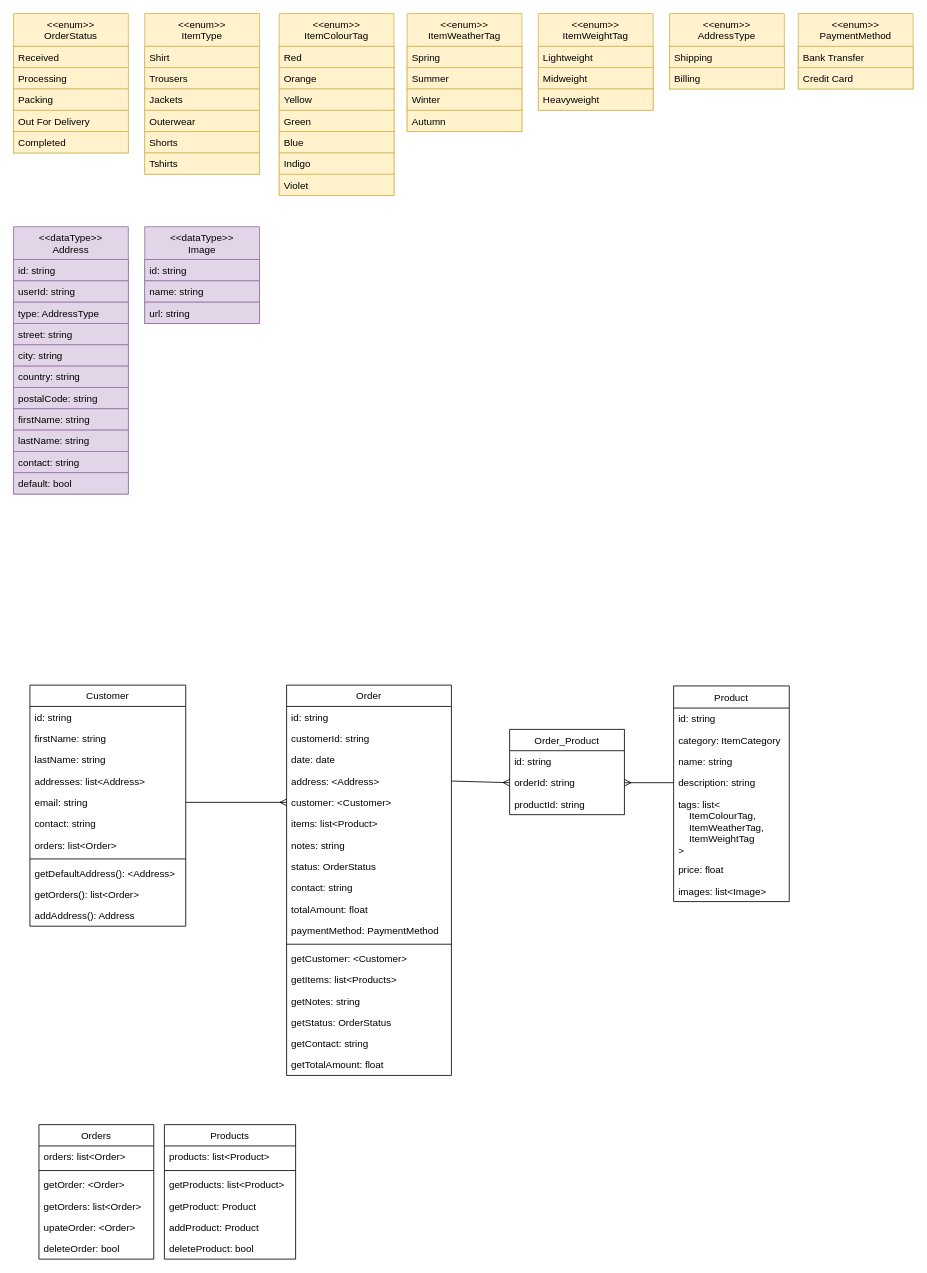
Earlier version of the draw.io diagram ecom-order-system-design/ecom-design.drawio (eugeneoei/js-tdd-oop). Source tidied: cells renumbered, new cells numbered last; positions are measured from the earlier drawing's top-left corner, leaving out a move shared by most shapes. Both pictures are drawn from the tidied source at 82%, with x=0, y=0 at pixel (13, 13).
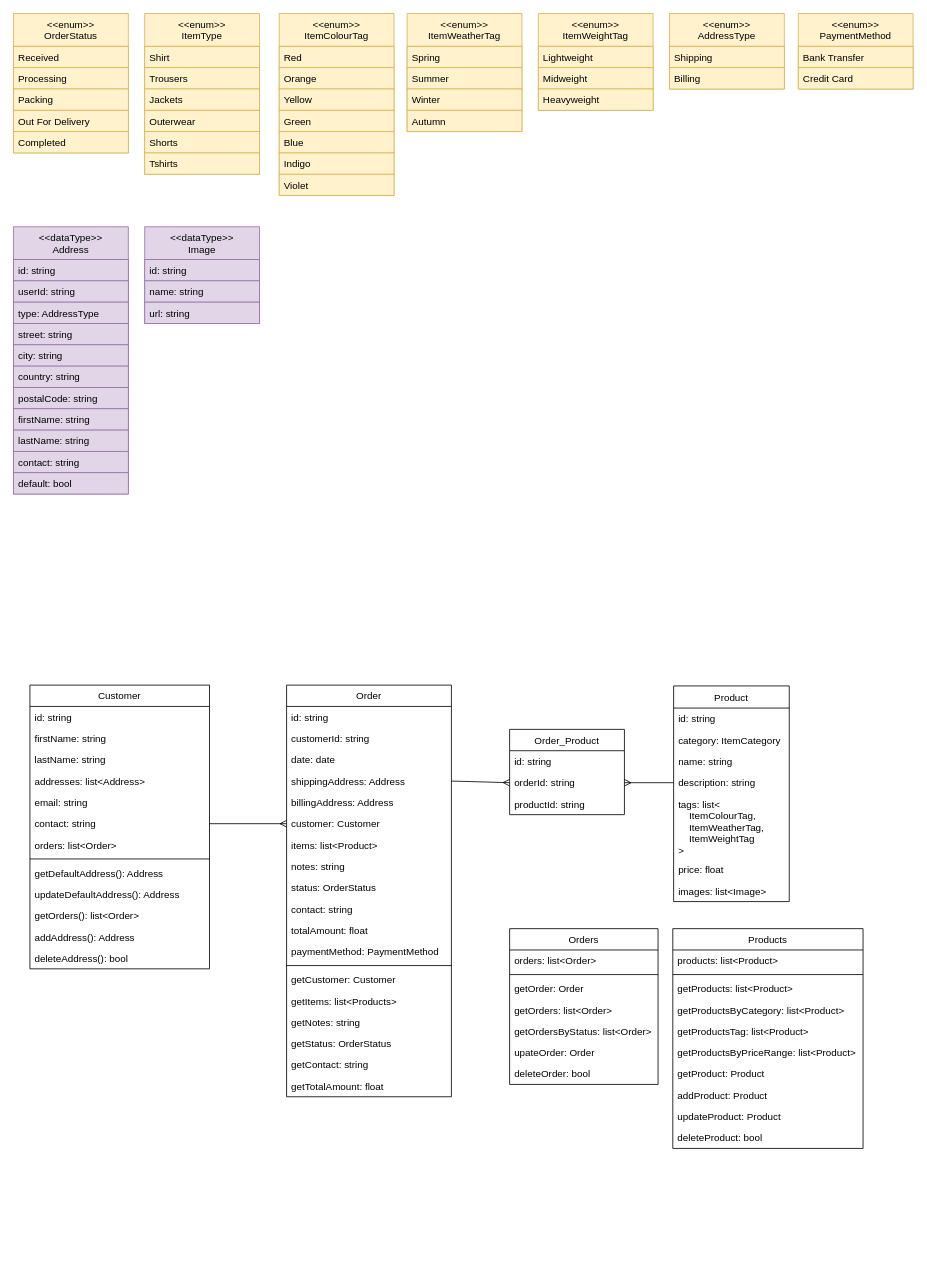
The same page after the edit.

Commit message (it also covers changes not shown here):
update models diagram

Change to the diagram source:
```diff
@@
     <mxCell id="2" value="Customer" style="swimlane;fontStyle=0;align=center;verticalAlign=top;horizontal=1;startSize=26;rounded=0;shadow=0;strokeWidth=1;" parent="1" vertex="1">
-      <mxGeometry x="20" y="819" width="190" height="294" as="geometry" />
+      <mxGeometry x="20" y="819" width="219" height="346" as="geometry" />
     </mxCell>
     <mxCell id="3" value="id: string" style="text;align=left;verticalAlign=top;spacingLeft=4;spacingRight=4;overflow=hidden;" parent="2" vertex="1">
-      <mxGeometry y="26" width="190" height="26" as="geometry" />
+      <mxGeometry y="26" width="219" height="26" as="geometry" />
     </mxCell>
     <mxCell id="4" value="firstName: string" style="text;align=left;verticalAlign=top;spacingLeft=4;spacingRight=4;overflow=hidden;" parent="2" vertex="1">
-      <mxGeometry y="52" width="190" height="26" as="geometry" />
+      <mxGeometry y="52" width="219" height="26" as="geometry" />
     </mxCell>
     <mxCell id="5" value="lastName: string" style="text;align=left;verticalAlign=top;spacingLeft=4;spacingRight=4;overflow=hidden;rounded=0;shadow=0;html=0;" parent="2" vertex="1">
-      <mxGeometry y="78" width="190" height="26" as="geometry" />
+      <mxGeometry y="78" width="219" height="26" as="geometry" />
     </mxCell>
     <mxCell id="6" value="addresses: list&lt;Address&gt;" style="text;align=left;verticalAlign=top;spacingLeft=4;spacingRight=4;overflow=hidden;rounded=0;shadow=0;html=0;" parent="2" vertex="1">
-      <mxGeometry y="104" width="190" height="26" as="geometry" />
+      <mxGeometry y="104" width="219" height="26" as="geometry" />
     </mxCell>
     <mxCell id="7" value="email: string" style="text;align=left;verticalAlign=top;spacingLeft=4;spacingRight=4;overflow=hidden;points=[[0,0.5],[1,0.5]];portConstraint=eastwest;rounded=0;shadow=0;html=0;" parent="2" vertex="1">
-      <mxGeometry y="130" width="190" height="26" as="geometry" />
+      <mxGeometry y="130" width="219" height="26" as="geometry" />
     </mxCell>
     <mxCell id="8" value="contact: string" style="text;align=left;verticalAlign=top;spacingLeft=4;spacingRight=4;overflow=hidden;points=[[0,0.5],[1,0.5]];portConstraint=eastwest;rounded=0;shadow=0;html=0;" parent="2" vertex="1">
-      <mxGeometry y="156" width="190" height="26" as="geometry" />
+      <mxGeometry y="156" width="219" height="26" as="geometry" />
     </mxCell>
     <mxCell id="9" value="orders: list&lt;Order&gt;" style="text;align=left;verticalAlign=top;spacingLeft=4;spacingRight=4;overflow=hidden;rounded=0;shadow=0;html=0;" parent="2" vertex="1">
-      <mxGeometry y="182" width="190" height="26" as="geometry" />
+      <mxGeometry y="182" width="219" height="26" as="geometry" />
     </mxCell>
     <mxCell id="10" style="line;html=1;strokeWidth=1;align=left;verticalAlign=middle;spacingTop=-1;spacingLeft=3;spacingRight=3;labelPosition=right;" parent="2" vertex="1">
-      <mxGeometry y="208" width="190" height="8" as="geometry" />
+      <mxGeometry y="208" width="219" height="8" as="geometry" />
     </mxCell>
-    <mxCell id="11" value="getDefaultAddress(): &lt;Address&gt;" style="text;align=left;verticalAlign=top;spacingLeft=4;spacingRight=4;overflow=hidden;" parent="2" vertex="1">
-      <mxGeometry y="216" width="190" height="26" as="geometry" />
+    <mxCell id="11" value="getDefaultAddress(): Address" style="text;align=left;verticalAlign=top;spacingLeft=4;spacingRight=4;overflow=hidden;" parent="2" vertex="1">
+      <mxGeometry y="216" width="219" height="26" as="geometry" />
     </mxCell>
+    <mxCell id="114" value="updateDefaultAddress(): Address" style="text;align=left;verticalAlign=top;spacingLeft=4;spacingRight=4;overflow=hidden;" parent="2" vertex="1">
+      <mxGeometry y="242" width="219" height="26" as="geometry" />
+    </mxCell>
     <mxCell id="12" value="getOrders(): list&lt;Order&gt;" style="text;align=left;verticalAlign=top;spacingLeft=4;spacingRight=4;overflow=hidden;" parent="2" vertex="1">
-      <mxGeometry y="242" width="190" height="26" as="geometry" />
+      <mxGeometry y="268" width="219" height="26" as="geometry" />
     </mxCell>
     <mxCell id="13" value="addAddress(): Address" style="text;align=left;verticalAlign=top;spacingLeft=4;spacingRight=4;overflow=hidden;" parent="2" vertex="1">
-      <mxGeometry y="268" width="190" height="26" as="geometry" />
+      <mxGeometry y="294" width="219" height="26" as="geometry" />
     </mxCell>
+    <mxCell id="115" value="deleteAddress(): bool" style="text;align=left;verticalAlign=top;spacingLeft=4;spacingRight=4;overflow=hidden;" parent="2" vertex="1">
+      <mxGeometry y="320" width="219" height="26" as="geometry" />
+    </mxCell>
@@
     <mxCell id="26" value="Order" style="swimlane;fontStyle=0;horizontal=1;startSize=26;" parent="1" vertex="1">
-      <mxGeometry x="333" y="819" width="201" height="476" as="geometry" />
+      <mxGeometry x="333" y="819" width="201" height="502" as="geometry" />
     </mxCell>
@@
-    <mxCell id="30" value="address: &lt;Address&gt;" style="text;strokeColor=none;fillColor=none;align=left;verticalAlign=top;spacingLeft=4;spacingRight=4;overflow=hidden;points=[[0,0.5],[1,0.5]];portConstraint=eastwest;" parent="26" vertex="1">
+    <mxCell id="30" value="shippingAddress: Address" style="text;strokeColor=none;fillColor=none;align=left;verticalAlign=top;spacingLeft=4;spacingRight=4;overflow=hidden;points=[[0,0.5],[1,0.5]];portConstraint=eastwest;" parent="26" vertex="1">
       <mxGeometry y="104" width="201" height="26" as="geometry" />
     </mxCell>
+    <mxCell id="116" value="billingAddress: Address" style="text;strokeColor=none;fillColor=none;align=left;verticalAlign=top;spacingLeft=4;spacingRight=4;overflow=hidden;" parent="26" vertex="1">
+      <mxGeometry y="130" width="201" height="26" as="geometry" />
+    </mxCell>
-    <mxCell id="31" value="customer: &lt;Customer&gt;" style="text;strokeColor=none;fillColor=none;align=left;verticalAlign=top;spacingLeft=4;spacingRight=4;overflow=hidden;points=[[0,0.5],[1,0.5]];portConstraint=eastwest;" parent="26" vertex="1">
-      <mxGeometry y="130" width="201" height="26" as="geometry" />
+    <mxCell id="31" value="customer: Customer" style="text;strokeColor=none;fillColor=none;align=left;verticalAlign=top;spacingLeft=4;spacingRight=4;overflow=hidden;points=[[0,0.5],[1,0.5]];portConstraint=eastwest;" parent="26" vertex="1">
+      <mxGeometry y="156" width="201" height="26" as="geometry" />
     </mxCell>
     <mxCell id="32" value="items: list&lt;Product&gt;" style="text;strokeColor=none;fillColor=none;align=left;verticalAlign=top;spacingLeft=4;spacingRight=4;overflow=hidden;" parent="26" vertex="1">
-      <mxGeometry y="156" width="201" height="26" as="geometry" />
+      <mxGeometry y="182" width="201" height="26" as="geometry" />
     </mxCell>
     <mxCell id="33" value="notes: string" style="text;strokeColor=none;fillColor=none;align=left;verticalAlign=top;spacingLeft=4;spacingRight=4;overflow=hidden;" parent="26" vertex="1">
-      <mxGeometry y="182" width="201" height="26" as="geometry" />
+      <mxGeometry y="208" width="201" height="26" as="geometry" />
     </mxCell>
     <mxCell id="34" value="status: OrderStatus" style="text;strokeColor=none;fillColor=none;align=left;verticalAlign=top;spacingLeft=4;spacingRight=4;overflow=hidden;" parent="26" vertex="1">
-      <mxGeometry y="208" width="201" height="26" as="geometry" />
+      <mxGeometry y="234" width="201" height="26" as="geometry" />
     </mxCell>
     <mxCell id="35" value="contact: string" style="text;strokeColor=none;fillColor=none;align=left;verticalAlign=top;spacingLeft=4;spacingRight=4;overflow=hidden;" parent="26" vertex="1">
-      <mxGeometry y="234" width="201" height="26" as="geometry" />
+      <mxGeometry y="260" width="201" height="26" as="geometry" />
     </mxCell>
     <mxCell id="36" value="totalAmount: float" style="text;strokeColor=none;fillColor=none;align=left;verticalAlign=top;spacingLeft=4;spacingRight=4;overflow=hidden;" parent="26" vertex="1">
-      <mxGeometry y="260" width="201" height="26" as="geometry" />
+      <mxGeometry y="286" width="201" height="26" as="geometry" />
     </mxCell>
     <mxCell id="37" value="paymentMethod: PaymentMethod" style="text;strokeColor=none;fillColor=none;align=left;verticalAlign=top;spacingLeft=4;spacingRight=4;overflow=hidden;" parent="26" vertex="1">
-      <mxGeometry y="286" width="201" height="26" as="geometry" />
+      <mxGeometry y="312" width="201" height="26" as="geometry" />
     </mxCell>
     <mxCell id="38" style="line;html=1;strokeWidth=1;align=left;verticalAlign=middle;spacingTop=-1;spacingLeft=3;spacingRight=3;labelPosition=right;" parent="26" vertex="1">
-      <mxGeometry y="312" width="201" height="8" as="geometry" />
+      <mxGeometry y="338" width="201" height="8" as="geometry" />
     </mxCell>
-    <mxCell id="39" value="getCustomer: &lt;Customer&gt;" style="text;strokeColor=none;fillColor=none;align=left;verticalAlign=top;spacingLeft=4;spacingRight=4;overflow=hidden;" parent="26" vertex="1">
-      <mxGeometry y="320" width="201" height="26" as="geometry" />
+    <mxCell id="39" value="getCustomer: Customer" style="text;strokeColor=none;fillColor=none;align=left;verticalAlign=top;spacingLeft=4;spacingRight=4;overflow=hidden;" parent="26" vertex="1">
+      <mxGeometry y="346" width="201" height="26" as="geometry" />
     </mxCell>
     <mxCell id="40" value="getItems: list&lt;Products&gt;" style="text;strokeColor=none;fillColor=none;align=left;verticalAlign=top;spacingLeft=4;spacingRight=4;overflow=hidden;" parent="26" vertex="1">
-      <mxGeometry y="346" width="201" height="26" as="geometry" />
+      <mxGeometry y="372" width="201" height="26" as="geometry" />
     </mxCell>
     <mxCell id="41" value="getNotes: string" style="text;strokeColor=none;fillColor=none;align=left;verticalAlign=top;spacingLeft=4;spacingRight=4;overflow=hidden;" parent="26" vertex="1">
-      <mxGeometry y="372" width="201" height="26" as="geometry" />
+      <mxGeometry y="398" width="201" height="26" as="geometry" />
     </mxCell>
     <mxCell id="42" value="getStatus: OrderStatus" style="text;strokeColor=none;fillColor=none;align=left;verticalAlign=top;spacingLeft=4;spacingRight=4;overflow=hidden;" parent="26" vertex="1">
-      <mxGeometry y="398" width="201" height="26" as="geometry" />
+      <mxGeometry y="424" width="201" height="26" as="geometry" />
     </mxCell>
     <mxCell id="43" value="getContact: string" style="text;strokeColor=none;fillColor=none;align=left;verticalAlign=top;spacingLeft=4;spacingRight=4;overflow=hidden;" parent="26" vertex="1">
-      <mxGeometry y="424" width="201" height="26" as="geometry" />
+      <mxGeometry y="450" width="201" height="26" as="geometry" />
     </mxCell>
     <mxCell id="44" value="getTotalAmount: float" style="text;strokeColor=none;fillColor=none;align=left;verticalAlign=top;spacingLeft=4;spacingRight=4;overflow=hidden;" parent="26" vertex="1">
-      <mxGeometry y="450" width="201" height="26" as="geometry" />
+      <mxGeometry y="476" width="201" height="26" as="geometry" />
     </mxCell>
@@
     <mxCell id="51" value="Orders" style="swimlane;fontStyle=0;horizontal=1;startSize=26;" parent="1" vertex="1">
-      <mxGeometry x="31" y="1355" width="140" height="164" as="geometry" />
+      <mxGeometry x="605" y="1116" width="181" height="190" as="geometry" />
     </mxCell>
     <mxCell id="52" value="orders: list&lt;Order&gt;" style="text;strokeColor=none;fillColor=none;align=left;verticalAlign=top;spacingLeft=4;spacingRight=4;overflow=hidden;" parent="51" vertex="1">
-      <mxGeometry y="26" width="140" height="26" as="geometry" />
+      <mxGeometry y="26" width="181" height="26" as="geometry" />
     </mxCell>
     <mxCell id="53" style="line;html=1;strokeWidth=1;align=left;verticalAlign=middle;spacingTop=-1;spacingLeft=3;spacingRight=3;labelPosition=right;" parent="51" vertex="1">
-      <mxGeometry y="52" width="140" height="8" as="geometry" />
+      <mxGeometry y="52" width="181" height="8" as="geometry" />
     </mxCell>
-    <mxCell id="54" value="getOrder: &lt;Order&gt;" style="text;strokeColor=none;fillColor=none;align=left;verticalAlign=top;spacingLeft=4;spacingRight=4;overflow=hidden;" parent="51" vertex="1">
-      <mxGeometry y="60" width="140" height="26" as="geometry" />
+    <mxCell id="54" value="getOrder: Order" style="text;strokeColor=none;fillColor=none;align=left;verticalAlign=top;spacingLeft=4;spacingRight=4;overflow=hidden;" parent="51" vertex="1">
+      <mxGeometry y="60" width="181" height="26" as="geometry" />
     </mxCell>
     <mxCell id="55" value="getOrders: list&lt;Order&gt;" style="text;strokeColor=none;fillColor=none;align=left;verticalAlign=top;spacingLeft=4;spacingRight=4;overflow=hidden;" parent="51" vertex="1">
-      <mxGeometry y="86" width="140" height="26" as="geometry" />
+      <mxGeometry y="86" width="181" height="26" as="geometry" />
     </mxCell>
+    <mxCell id="117" value="getOrdersByStatus: list&lt;Order&gt;" style="text;strokeColor=none;fillColor=none;align=left;verticalAlign=top;spacingLeft=4;spacingRight=4;overflow=hidden;" parent="51" vertex="1">
+      <mxGeometry y="112" width="181" height="26" as="geometry" />
+    </mxCell>
-    <mxCell id="56" value="upateOrder: &lt;Order&gt;" style="text;strokeColor=none;fillColor=none;align=left;verticalAlign=top;spacingLeft=4;spacingRight=4;overflow=hidden;" parent="51" vertex="1">
-      <mxGeometry y="112" width="140" height="26" as="geometry" />
+    <mxCell id="56" value="upateOrder: Order" style="text;strokeColor=none;fillColor=none;align=left;verticalAlign=top;spacingLeft=4;spacingRight=4;overflow=hidden;" parent="51" vertex="1">
+      <mxGeometry y="138" width="181" height="26" as="geometry" />
     </mxCell>
     <mxCell id="57" value="deleteOrder: bool" style="text;strokeColor=none;fillColor=none;align=left;verticalAlign=top;spacingLeft=4;spacingRight=4;overflow=hidden;" parent="51" vertex="1">
-      <mxGeometry y="138" width="140" height="26" as="geometry" />
+      <mxGeometry y="164" width="181" height="26" as="geometry" />
     </mxCell>
@@
     <mxCell id="97" value="Products" style="swimlane;fontStyle=0;horizontal=1;startSize=26;" parent="1" vertex="1">
-      <mxGeometry x="184" y="1355" width="160" height="164" as="geometry" />
+      <mxGeometry x="804" y="1116" width="232" height="268" as="geometry" />
     </mxCell>
     <mxCell id="98" value="products: list&lt;Product&gt;" style="text;strokeColor=none;fillColor=none;align=left;verticalAlign=top;spacingLeft=4;spacingRight=4;overflow=hidden;" parent="97" vertex="1">
-      <mxGeometry y="26" width="160" height="26" as="geometry" />
+      <mxGeometry y="26" width="232" height="26" as="geometry" />
     </mxCell>
     <mxCell id="99" style="line;html=1;strokeWidth=1;align=left;verticalAlign=middle;spacingTop=-1;spacingLeft=3;spacingRight=3;labelPosition=right;" parent="97" vertex="1">
-      <mxGeometry y="52" width="160" height="8" as="geometry" />
+      <mxGeometry y="52" width="232" height="8" as="geometry" />
     </mxCell>
     <mxCell id="100" value="getProducts: list&lt;Product&gt;" style="text;strokeColor=none;fillColor=none;align=left;verticalAlign=top;spacingLeft=4;spacingRight=4;overflow=hidden;" parent="97" vertex="1">
-      <mxGeometry y="60" width="160" height="26" as="geometry" />
+      <mxGeometry y="60" width="232" height="26" as="geometry" />
     </mxCell>
+    <mxCell id="118" value="getProductsByCategory: list&lt;Product&gt;" style="text;strokeColor=none;fillColor=none;align=left;verticalAlign=top;spacingLeft=4;spacingRight=4;overflow=hidden;" parent="97" vertex="1">
+      <mxGeometry y="86" width="232" height="26" as="geometry" />
+    </mxCell>
+    <mxCell id="119" value="getProductsTag: list&lt;Product&gt;" style="text;strokeColor=none;fillColor=none;align=left;verticalAlign=top;spacingLeft=4;spacingRight=4;overflow=hidden;" parent="97" vertex="1">
+      <mxGeometry y="112" width="232" height="26" as="geometry" />
+    </mxCell>
+    <mxCell id="120" value="getProductsByPriceRange: list&lt;Product&gt;" style="text;strokeColor=none;fillColor=none;align=left;verticalAlign=top;spacingLeft=4;spacingRight=4;overflow=hidden;" parent="97" vertex="1">
+      <mxGeometry y="138" width="232" height="26" as="geometry" />
+    </mxCell>
     <mxCell id="101" value="getProduct: Product" style="text;strokeColor=none;fillColor=none;align=left;verticalAlign=top;spacingLeft=4;spacingRight=4;overflow=hidden;" parent="97" vertex="1">
-      <mxGeometry y="86" width="160" height="26" as="geometry" />
+      <mxGeometry y="164" width="232" height="26" as="geometry" />
     </mxCell>
     <mxCell id="102" value="addProduct: Product" style="text;strokeColor=none;fillColor=none;align=left;verticalAlign=top;spacingLeft=4;spacingRight=4;overflow=hidden;" parent="97" vertex="1">
-      <mxGeometry y="112" width="160" height="26" as="geometry" />
+      <mxGeometry y="190" width="232" height="26" as="geometry" />
     </mxCell>
+    <mxCell id="121" value="updateProduct: Product" style="text;strokeColor=none;fillColor=none;align=left;verticalAlign=top;spacingLeft=4;spacingRight=4;overflow=hidden;" parent="97" vertex="1">
+      <mxGeometry y="216" width="232" height="26" as="geometry" />
+    </mxCell>
     <mxCell id="103" value="deleteProduct: bool" style="text;strokeColor=none;fillColor=none;align=left;verticalAlign=top;spacingLeft=4;spacingRight=4;overflow=hidden;" parent="97" vertex="1">
-      <mxGeometry y="138" width="160" height="26" as="geometry" />
+      <mxGeometry y="242" width="232" height="26" as="geometry" />
     </mxCell>
@@
-    <mxCell id="110" style="endArrow=ERmany;html=1;endFill=0;entryX=0;entryY=0.5;entryDx=0;entryDy=0;" parent="1" edge="1" source="7" target="31">
+    <mxCell id="110" style="endArrow=ERmany;html=1;endFill=0;entryX=0;entryY=0.5;entryDx=0;entryDy=0;exitX=1;exitY=0.5;exitDx=0;exitDy=0;" parent="1" edge="1" source="8" target="31">
       <mxGeometry relative="1" as="geometry" />
     </mxCell>
```
